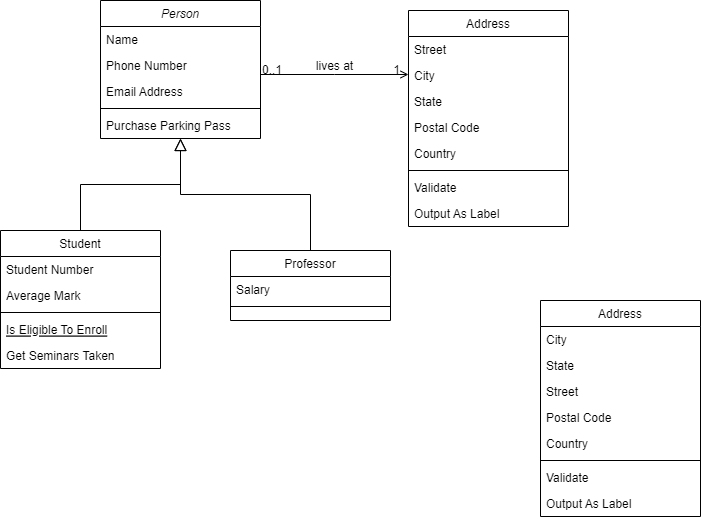
The draw.io diagram vẽ class diagram cho web bán hàng.drawio.png in TTHTech/Diagram, before a commit. Source tidied: cells renumbered, new cells last; positions are measured from the earlier drawing's top-left corner, leaving out a move shared by most shapes.
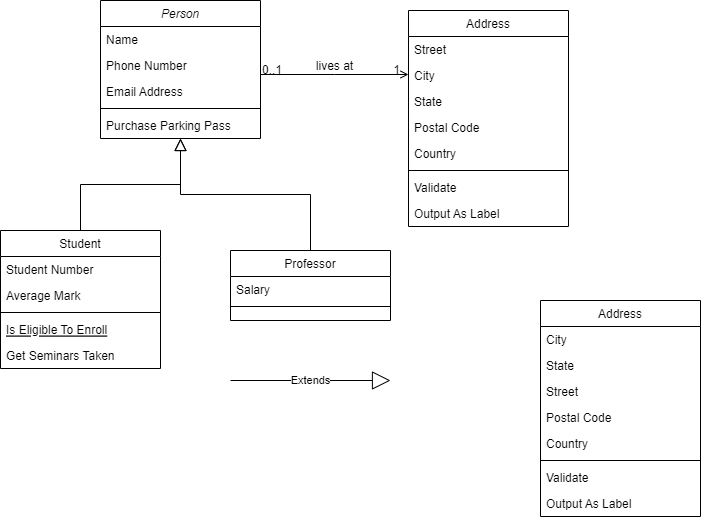
After the change.

Commit message:
Cập nhật vẽ class diagram cho web bán hàng.drawio.png

What changed in the source:
```diff
@@ -127,5 +127,11 @@
     <mxCell id="40" value="Output As Label" style="text;align=left;verticalAlign=top;spacingLeft=4;spacingRight=4;overflow=hidden;" parent="32" vertex="1">
       <mxGeometry y="190" width="160" height="26" as="geometry" />
     </mxCell>
+    <mxCell id="41" value="Extends" style="endArrow=block;endSize=16;endFill=0;html=1;rounded=0;" parent="1" edge="1">
+      <mxGeometry relative="1" as="geometry">
+        <mxPoint x="230" y="380" as="sourcePoint" />
+        <mxPoint x="390" y="380" as="targetPoint" />
+      </mxGeometry>
+    </mxCell>
   </root>
 </mxGraphModel>
```
